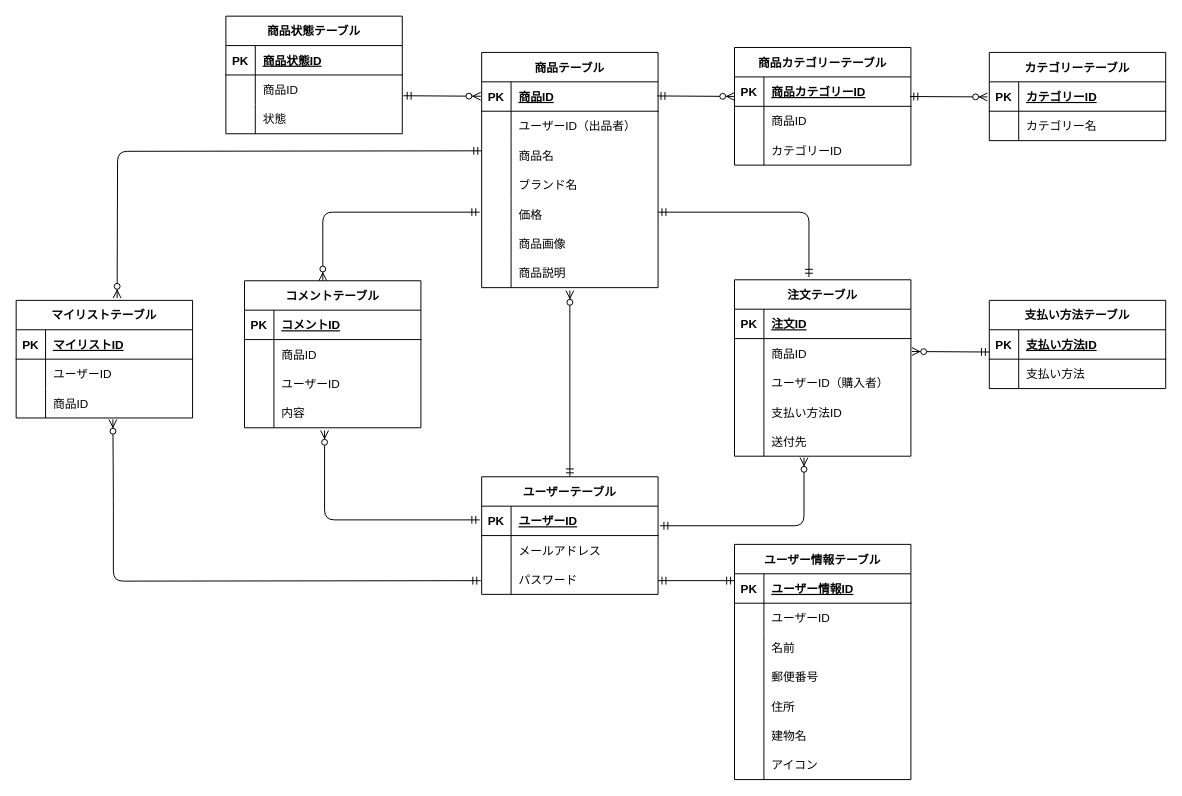
sumiyoshi0123/coachtech-flea-market keeps this draw.io diagram as ER.dio. Above is the earlier version. Source tidied: cells renumbered, new cells numbered last; positions are measured from the earlier drawing's top-left corner, leaving out a move shared by most shapes. Both pictures are drawn from the tidied source at 98%, with x=0, y=0 at pixel (16, 16).
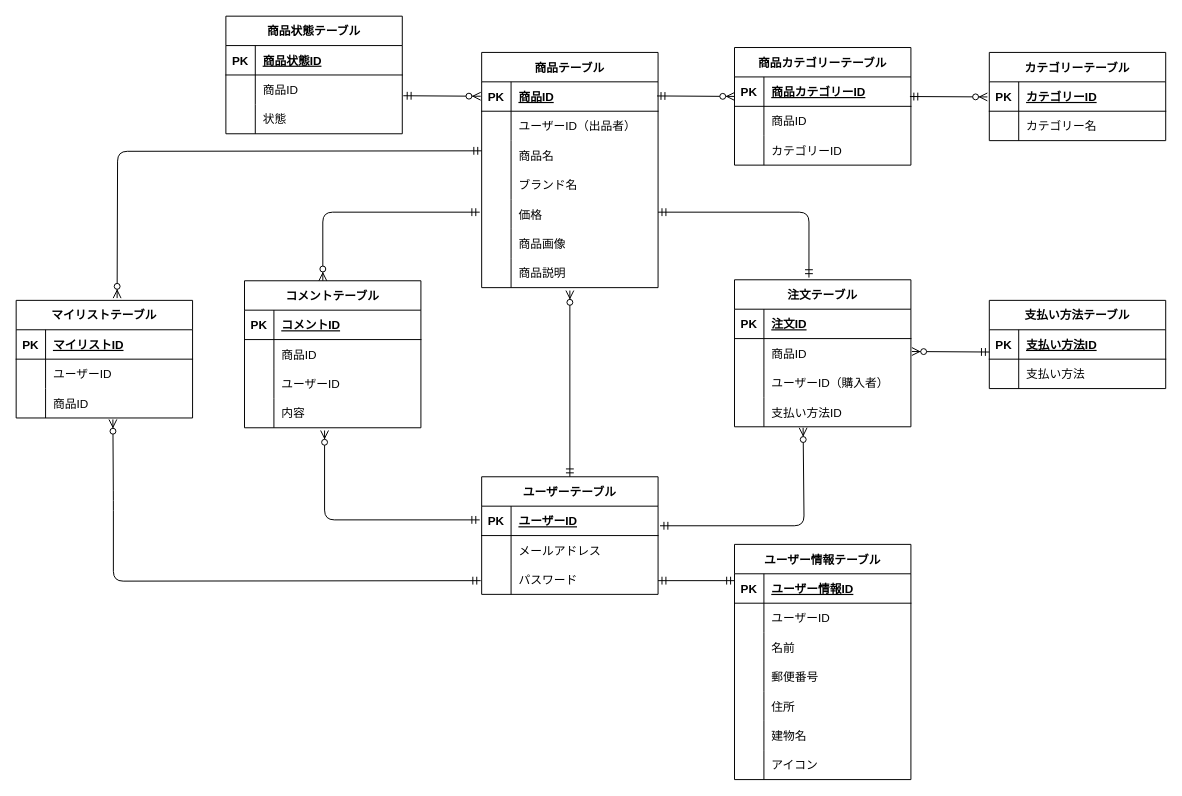
The same page after the edit.

The edit, as a diff of the source:
```diff
@@
     <mxCell id="41" value="注文テーブル" style="shape=table;startSize=30;childLayout=tableLayout;rowLines=0;fontStyle=1;align=center;" parent="1" vertex="1">
-      <mxGeometry x="733" y="269" width="180" height="180" as="geometry" />
+      <mxGeometry x="733" y="269" width="180" height="150" as="geometry" />
     </mxCell>
@@
-    <mxCell id="54" style="shape=tableRow;horizontal=0;startSize=0;swimlaneHead=0;swimlaneBody=0;fillColor=none;top=0;left=0;right=0;bottom=0;" parent="41" vertex="1">
-      <mxGeometry y="150" width="180" height="30" as="geometry" />
-    </mxCell>
-    <mxCell id="55" style="shape=partialRectangle;fillColor=none;top=0;left=0;bottom=0;right=0;overflow=hidden;" parent="54" vertex="1">
-      <mxGeometry width="30" height="30" as="geometry" />
-    </mxCell>
-    <mxCell id="56" value="送付先" style="shape=partialRectangle;fillColor=none;top=0;left=0;bottom=0;right=0;align=left;spacingLeft=6;overflow=hidden;" parent="54" vertex="1">
-      <mxGeometry x="30" width="150" height="30" as="geometry" />
-    </mxCell>
@@
-    <mxCell id="93" style="edgeStyle=orthogonalEdgeStyle;fontSize=12;html=1;endArrow=ERzeroToMany;startArrow=ERmandOne;entryX=0.383;entryY=1.048;entryDx=0;entryDy=0;entryPerimeter=0;" parent="1" edge="1">
+    <mxCell id="93" style="edgeStyle=orthogonalEdgeStyle;fontSize=12;html=1;endArrow=ERzeroToMany;startArrow=ERmandOne;" parent="1" edge="1">
       <mxGeometry relative="1" as="geometry">
         <mxPoint x="657" y="520" as="sourcePoint" />
-        <mxPoint x="803.9" y="450.4" as="targetPoint" />
+        <mxPoint x="803" y="420" as="targetPoint" />
         <Array as="points">
           <mxPoint x="804" y="520" />
         </Array>
       </mxGeometry>
     </mxCell>
```
